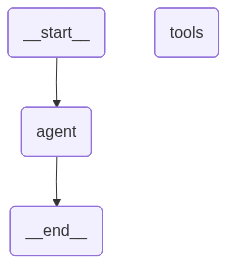
Earlier version of the Mermaid export agent_graph.png (TopDoerrAI/AgentDoer). Its source is kept beside it as agent_graph.mmd.
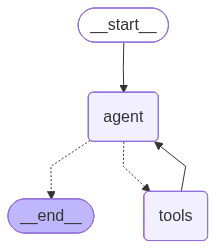
Above is the later version.

The edit, as a diff of the source:
```diff
@@ -4,12 +4,14 @@
     curve: linear
 ---
 graph TD;
-	__start__(<p>__start__</p>)
+	__start__([<p>__start__</p>]):::first
 	agent(agent)
 	tools(tools)
-	__end__(<p>__end__</p>)
+	__end__([<p>__end__</p>]):::last
 	__start__ --> agent;
-	agent --> __end__;
+	agent -.-> __end__;
+	agent -.-> tools;
+	tools --> agent;
 	classDef default fill:#f2f0ff,line-height:1.2
 	classDef first fill-opacity:0
 	classDef last fill:#bfb6fc
```
